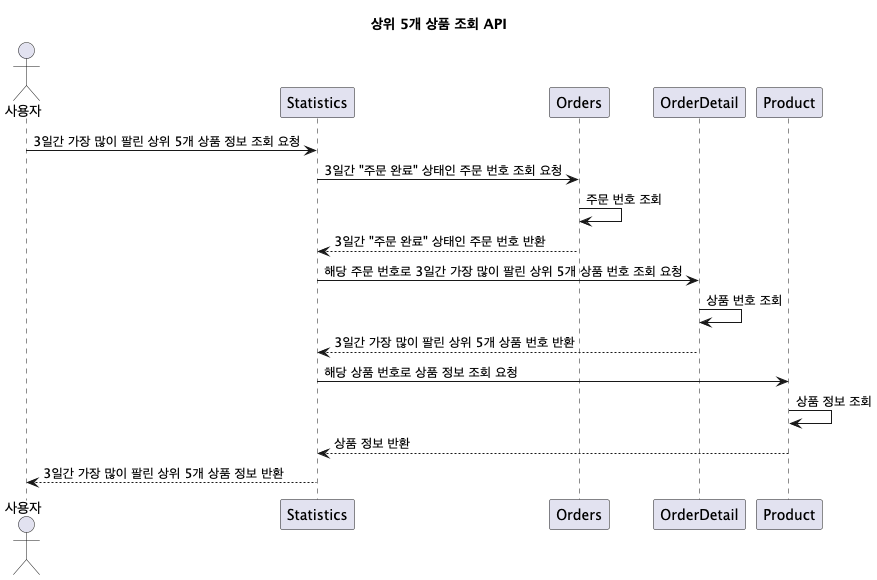
The PlantUML diagram assets/images/diagram/sequence/get_popular_products.png in leejisuu/hhplus-ecommerce-serivce, before a commit.
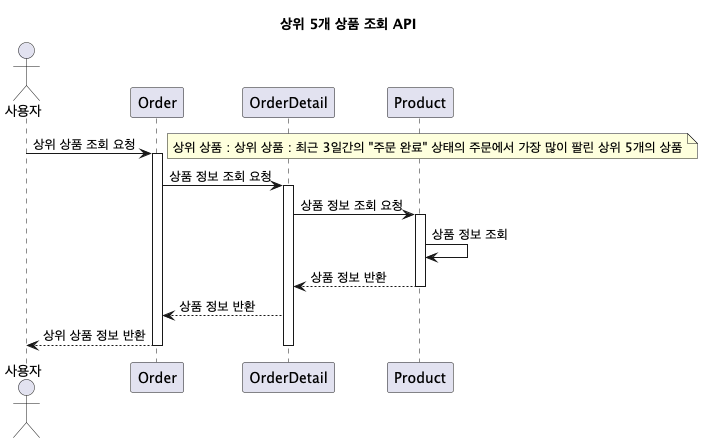
After the commit.

Diff of the diagram source:
```diff
@@ -1,25 +1,26 @@
 @startuml
 title 상위 5개 상품 조회 API
 
-actor "사용자" as User
-participant "Statistics" as Statistics
-participant "Orders" as Orders
+actor "사용자" as Actor
+participant "Order" as Order
 participant "OrderDetail" as OrderDetail
 participant "Product" as Product
 
-User -> Statistics : 3일간 가장 많이 팔린 상위 5개 상품 정보 조회 요청
+Actor -> Order : 상위 상품 조회 요청
+note right: 상위 상품 : 상위 상품 : 최근 3일간의 "주문 완료" 상태의 주문에서 가장 많이 팔린 상위 5개의 상품
+activate Order
+Order -> OrderDetail : 상품 정보 조회 요청
+activate OrderDetail
+OrderDetail -> Product : 상품 정보 조회 요청
 
-Statistics -> Orders : 3일간 "주문 완료" 상태인 주문 번호 조회 요청
-Orders -> Orders : 주문 번호 조회
-Orders --> Statistics : 3일간 "주문 완료" 상태인 주문 번호 반환
+activate Product
+Product -> Product : 상품 정보 조회
 
-Statistics -> OrderDetail : 해당 주문 번호로 3일간 가장 많이 팔린 상위 5개 상품 번호 조회 요청
-OrderDetail -> OrderDetail : 상품 번호 조회
-OrderDetail --> Statistics : 3일간 가장 많이 팔린 상위 5개 상품 번호 반환
+Product --> OrderDetail : 상품 정보 반환
+deactivate Product
 
-Statistics -> Product : 해당 상품 번호로 상품 정보 조회 요청
-Product -> Product : 상품 정보 조회
-Product --> Statistics : 상품 정보 반환
-
-Statistics --> User : 3일간 가장 많이 팔린 상위 5개 상품 정보 반환
+OrderDetail --> Order : 상품 정보 반환
+Order --> Actor : 상위 상품 정보 반환
+deactivate OrderDetail
+deactivate Order
 @enduml
```
